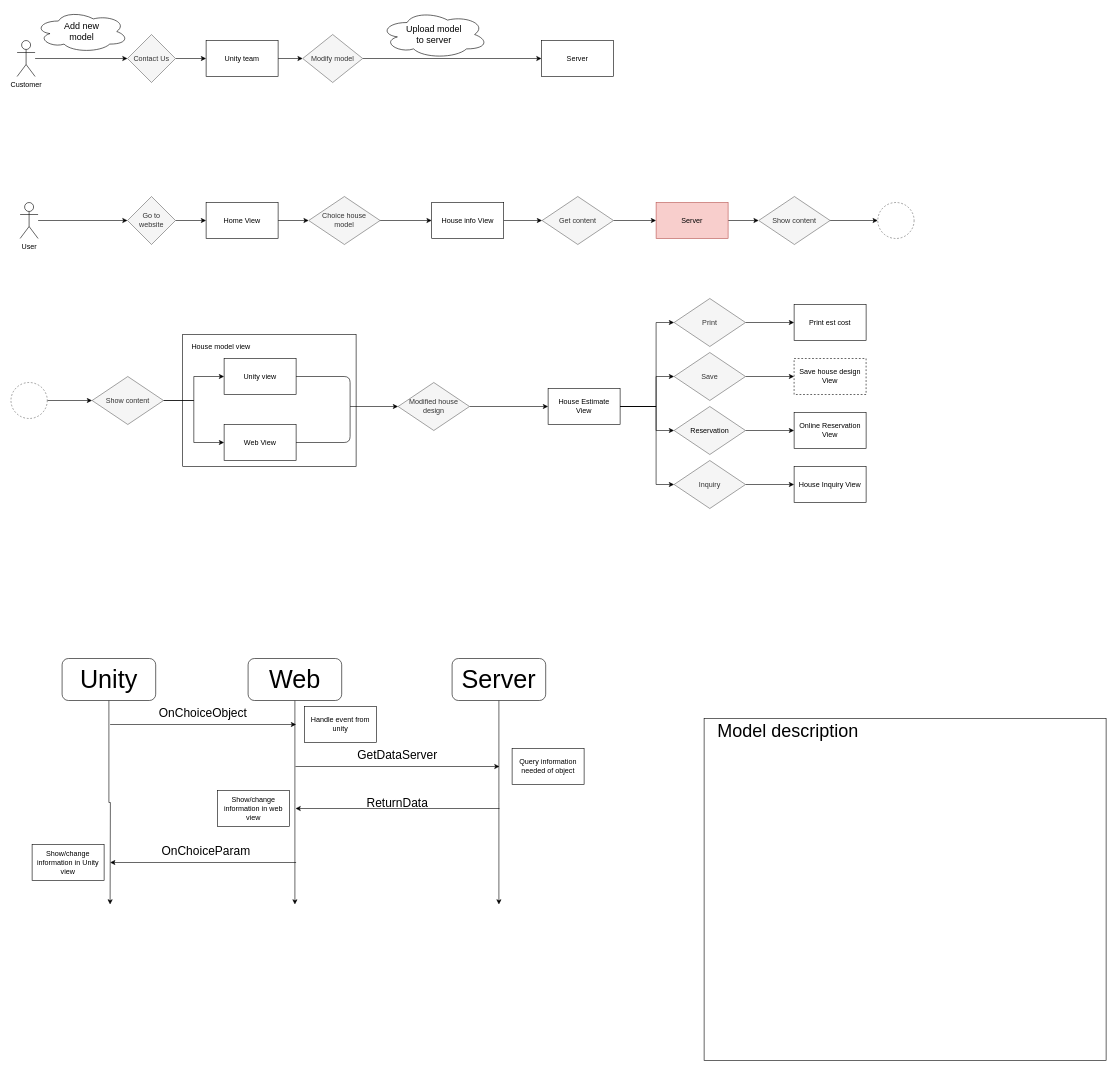
The draw.io diagram [HouseDecor]Phase1.drawio in xaxathiena/babygirl, before the edit. Source tidied: cells renumbered, new cells numbered last; positions are measured from the earlier drawing's top-left corner, leaving out a move shared by most shapes. Both pictures are drawn from the tidied source at 60%, with x=0, y=0 at pixel (11, 10).
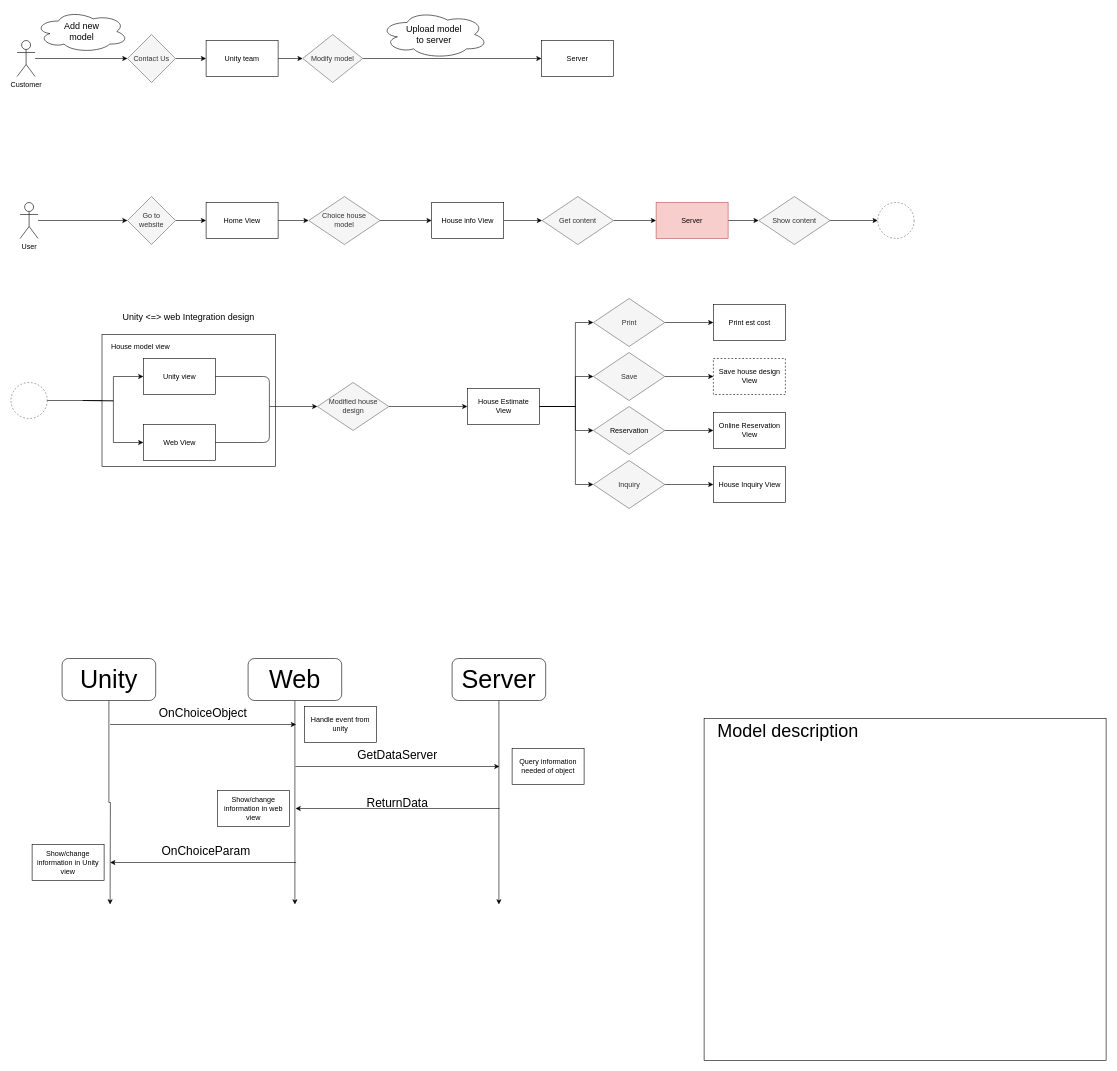
The same diagram, later.

Unchanged cells that the change refers to:
```xml
<mxCell id="81" style="ellipse;whiteSpace=wrap;html=1;fontColor=#333333;strokeColor=#666666;fillColor=#FFFFFF;dashed=1;" parent="1" vertex="1">
  <mxGeometry x="-0.2" y="620" width="60.5" height="60" as="geometry" />
</mxCell>
```

What changed in the source:
```diff
@@
     <mxCell id="2" style="rounded=0;whiteSpace=wrap;html=1;fillColor=#FFFFFF;" parent="1" vertex="1">
-      <mxGeometry x="286" y="540" width="289" height="220" as="geometry" />
+      <mxGeometry x="151.5" y="540" width="289" height="220" as="geometry" />
     </mxCell>
@@
     <mxCell id="50" value="Unity view" style="rounded=0;whiteSpace=wrap;html=1;" parent="1" vertex="1">
-      <mxGeometry x="355" y="580" width="120" height="60" as="geometry" />
+      <mxGeometry x="220.5" y="580" width="120" height="60" as="geometry" />
     </mxCell>
     <mxCell id="51" value="Web View" style="rounded=0;whiteSpace=wrap;html=1;" parent="1" vertex="1">
-      <mxGeometry x="355" y="690" width="120" height="60" as="geometry" />
+      <mxGeometry x="220.5" y="690" width="120" height="60" as="geometry" />
     </mxCell>
-    <mxCell id="52" style="edgeStyle=orthogonalEdgeStyle;rounded=0;jettySize=auto;html=1;entryX=0;entryY=0.5;entryDx=0;entryDy=0;" parent="1" edge="1" source="54" target="50">
-      <mxGeometry relative="1" as="geometry" />
+    <mxCell id="52" style="edgeStyle=orthogonalEdgeStyle;rounded=0;jettySize=auto;html=1;entryX=0;entryY=0.5;entryDx=0;entryDy=0;" parent="1" edge="1" target="50">
+      <mxGeometry relative="1" as="geometry">
+        <mxPoint x="119.5" y="650" as="sourcePoint" />
+      </mxGeometry>
     </mxCell>
-    <mxCell id="53" style="edgeStyle=orthogonalEdgeStyle;rounded=0;jettySize=auto;html=1;entryX=0;entryY=0.5;entryDx=0;entryDy=0;" parent="1" edge="1" source="54" target="51">
-      <mxGeometry relative="1" as="geometry" />
+    <mxCell id="53" style="edgeStyle=orthogonalEdgeStyle;rounded=0;jettySize=auto;html=1;entryX=0;entryY=0.5;entryDx=0;entryDy=0;" parent="1" edge="1" target="51">
+      <mxGeometry relative="1" as="geometry">
+        <mxPoint x="119.5" y="650" as="sourcePoint" />
+      </mxGeometry>
     </mxCell>
-    <mxCell id="54" value="Show content" style="rhombus;whiteSpace=wrap;html=1;fillColor=#f5f5f5;strokeColor=#666666;fontColor=#333333;" parent="1" vertex="1">
-      <mxGeometry x="135" y="610" width="119" height="80" as="geometry" />
-    </mxCell>
     <mxCell id="55" style="endArrow=none;html=1;entryX=1;entryY=0.5;entryDx=0;entryDy=0;" parent="1" edge="1" target="51">
       <mxGeometry relative="1" as="geometry">
-        <mxPoint x="565" y="660" as="sourcePoint" />
+        <mxPoint x="430.5" y="660" as="sourcePoint" />
         <Array as="points">
-          <mxPoint x="565" y="720" />
+          <mxPoint x="430.5" y="720" />
         </Array>
       </mxGeometry>
     </mxCell>
     <mxCell id="56" style="endArrow=none;html=1;" parent="1" edge="1" target="50">
       <mxGeometry relative="1" as="geometry">
-        <mxPoint x="565" y="660" as="sourcePoint" />
+        <mxPoint x="430.5" y="660" as="sourcePoint" />
         <Array as="points">
-          <mxPoint x="565" y="610" />
+          <mxPoint x="430.5" y="610" />
         </Array>
       </mxGeometry>
     </mxCell>
     <mxCell id="57" style="endArrow=classic;html=1;" parent="1" edge="1">
       <mxGeometry relative="1" as="geometry">
-        <mxPoint x="565" y="660" as="sourcePoint" />
-        <mxPoint x="645" y="660" as="targetPoint" />
+        <mxPoint x="430.5" y="660" as="sourcePoint" />
+        <mxPoint x="510.5" y="660" as="targetPoint" />
       </mxGeometry>
     </mxCell>
@@
     <mxCell id="59" value="Modified house&lt;br&gt;design" style="rhombus;whiteSpace=wrap;html=1;fillColor=#f5f5f5;strokeColor=#666666;fontColor=#333333;" parent="1" vertex="1">
-      <mxGeometry x="645" y="620" width="119" height="80" as="geometry" />
+      <mxGeometry x="510.5" y="620" width="119" height="80" as="geometry" />
     </mxCell>
     <mxCell id="60" style="edgeStyle=orthogonalEdgeStyle;rounded=0;jettySize=auto;html=1;entryX=0;entryY=0.5;entryDx=0;entryDy=0;" parent="1" edge="1" source="63" target="65">
       <mxGeometry relative="1" as="geometry">
         <Array as="points">
-          <mxPoint x="1075" y="660" />
-          <mxPoint x="1075" y="520" />
+          <mxPoint x="940.5" y="660" />
+          <mxPoint x="940.5" y="520" />
         </Array>
       </mxGeometry>
     </mxCell>
     <mxCell id="61" style="edgeStyle=orthogonalEdgeStyle;rounded=0;jettySize=auto;html=1;" parent="1" edge="1" source="63" target="67">
       <mxGeometry relative="1" as="geometry">
         <Array as="points">
-          <mxPoint x="1075" y="660" />
-          <mxPoint x="1075" y="700" />
+          <mxPoint x="940.5" y="660" />
+          <mxPoint x="940.5" y="700" />
         </Array>
       </mxGeometry>
     </mxCell>
     <mxCell id="62" style="edgeStyle=orthogonalEdgeStyle;rounded=0;jettySize=auto;html=1;" parent="1" edge="1" source="63" target="71">
       <mxGeometry relative="1" as="geometry">
         <Array as="points">
-          <mxPoint x="1075" y="660" />
-          <mxPoint x="1075" y="610" />
+          <mxPoint x="940.5" y="660" />
+          <mxPoint x="940.5" y="610" />
         </Array>
       </mxGeometry>
     </mxCell>
     <mxCell id="63" value="&lt;font style=&quot;font-size: 12px&quot;&gt;&lt;span style=&quot;font-family: &amp;#34;calibri&amp;#34;&quot;&gt;House Estimate&lt;/span&gt;&lt;/font&gt;&lt;font style=&quot;font-size: 12px&quot;&gt;&lt;br&gt;&lt;/font&gt;&lt;p style=&quot;margin-top: 0pt ; margin-bottom: 0pt ; margin-left: 0in ; direction: ltr ; unicode-bidi: embed ; word-break: normal&quot;&gt;&lt;span style=&quot;font-family: &amp;#34;calibri&amp;#34;&quot;&gt;&lt;font style=&quot;font-size: 12px&quot;&gt;View&lt;/font&gt;&lt;/span&gt;&lt;/p&gt;" style="rounded=0;whiteSpace=wrap;html=1;" parent="1" vertex="1">
-      <mxGeometry x="895" y="630" width="120" height="60" as="geometry" />
+      <mxGeometry x="760.5" y="630" width="120" height="60" as="geometry" />
     </mxCell>
@@
     <mxCell id="65" value="Print" style="rhombus;whiteSpace=wrap;html=1;fillColor=#f5f5f5;strokeColor=#666666;fontColor=#333333;" parent="1" vertex="1">
-      <mxGeometry x="1105" y="480" width="119" height="80" as="geometry" />
+      <mxGeometry x="970.5" y="480" width="119" height="80" as="geometry" />
     </mxCell>
@@
     <mxCell id="67" value="&lt;span style=&quot;color: rgb(0 , 0 , 0)&quot;&gt;Reservation&lt;/span&gt;" style="rhombus;whiteSpace=wrap;html=1;fillColor=#f5f5f5;strokeColor=#666666;fontColor=#333333;" parent="1" vertex="1">
-      <mxGeometry x="1105" y="660" width="119" height="80" as="geometry" />
+      <mxGeometry x="970.5" y="660" width="119" height="80" as="geometry" />
     </mxCell>
     <mxCell id="68" value="Online Reservation View" style="rounded=0;whiteSpace=wrap;html=1;" parent="1" vertex="1">
-      <mxGeometry x="1305" y="670" width="120" height="60" as="geometry" />
+      <mxGeometry x="1170.5" y="670" width="120" height="60" as="geometry" />
     </mxCell>
     <mxCell id="69" value="Print est cost" style="rounded=0;whiteSpace=wrap;html=1;" parent="1" vertex="1">
-      <mxGeometry x="1305" y="490" width="120" height="60" as="geometry" />
+      <mxGeometry x="1170.5" y="490" width="120" height="60" as="geometry" />
     </mxCell>
@@
     <mxCell id="71" value="Save" style="rhombus;whiteSpace=wrap;html=1;fillColor=#f5f5f5;strokeColor=#666666;fontColor=#333333;" parent="1" vertex="1">
-      <mxGeometry x="1105" y="570" width="119" height="80" as="geometry" />
+      <mxGeometry x="970.5" y="570" width="119" height="80" as="geometry" />
     </mxCell>
     <mxCell id="72" value="Save house design View" style="rounded=0;whiteSpace=wrap;html=1;dashed=1;" parent="1" vertex="1">
-      <mxGeometry x="1305" y="580" width="120" height="60" as="geometry" />
+      <mxGeometry x="1170.5" y="580" width="120" height="60" as="geometry" />
     </mxCell>
@@
     <mxCell id="74" value="Inquiry" style="rhombus;whiteSpace=wrap;html=1;fillColor=#f5f5f5;strokeColor=#666666;fontColor=#333333;" parent="1" vertex="1">
-      <mxGeometry x="1105" y="750" width="119" height="80" as="geometry" />
+      <mxGeometry x="970.5" y="750" width="119" height="80" as="geometry" />
     </mxCell>
     <mxCell id="75" value="House Inquiry View" style="rounded=0;whiteSpace=wrap;html=1;" parent="1" vertex="1">
-      <mxGeometry x="1305" y="760" width="120" height="60" as="geometry" />
+      <mxGeometry x="1170.5" y="760" width="120" height="60" as="geometry" />
     </mxCell>
     <mxCell id="76" style="edgeStyle=orthogonalEdgeStyle;rounded=0;jettySize=auto;html=1;entryX=0;entryY=0.5;entryDx=0;entryDy=0;exitX=1;exitY=0.5;exitDx=0;exitDy=0;" parent="1" edge="1" source="63" target="74">
       <mxGeometry relative="1" as="geometry">
         <Array as="points">
-          <mxPoint x="1075" y="660" />
-          <mxPoint x="1075" y="790" />
+          <mxPoint x="940.5" y="660" />
+          <mxPoint x="940.5" y="790" />
         </Array>
       </mxGeometry>
     </mxCell>
@@
-    <mxCell id="80" style="edgeStyle=orthogonalEdgeStyle;rounded=0;jettySize=auto;html=1;entryX=0;entryY=0.5;entryDx=0;entryDy=0;" parent="1" edge="1" source="81" target="54">
-      <mxGeometry relative="1" as="geometry" />
-    </mxCell>
@@
     <mxCell id="82" value="House model view" style="text;html=1;strokeColor=none;fillColor=none;align=center;verticalAlign=middle;whiteSpace=wrap;rounded=0;dashed=1;" parent="1" vertex="1">
-      <mxGeometry x="295" y="550" width="110" height="20" as="geometry" />
+      <mxGeometry x="160.5" y="550" width="110" height="20" as="geometry" />
     </mxCell>
+    <mxCell id="83" value="&lt;font style=&quot;font-size: 15px&quot;&gt;Unity &amp;lt;=&amp;gt; web&amp;nbsp;Integration design&lt;/font&gt;" style="text;html=1;strokeColor=none;fillColor=none;align=center;verticalAlign=middle;whiteSpace=wrap;rounded=0;" parent="1" vertex="1">
+      <mxGeometry x="166" y="500" width="260" height="20" as="geometry" />
+    </mxCell>
+    <mxCell id="84" style="endArrow=none;html=1;entryX=0;entryY=0.5;entryDx=0;entryDy=0;" parent="1" edge="1" source="81" target="2">
+      <mxGeometry relative="1" as="geometry" />
+    </mxCell>
```
